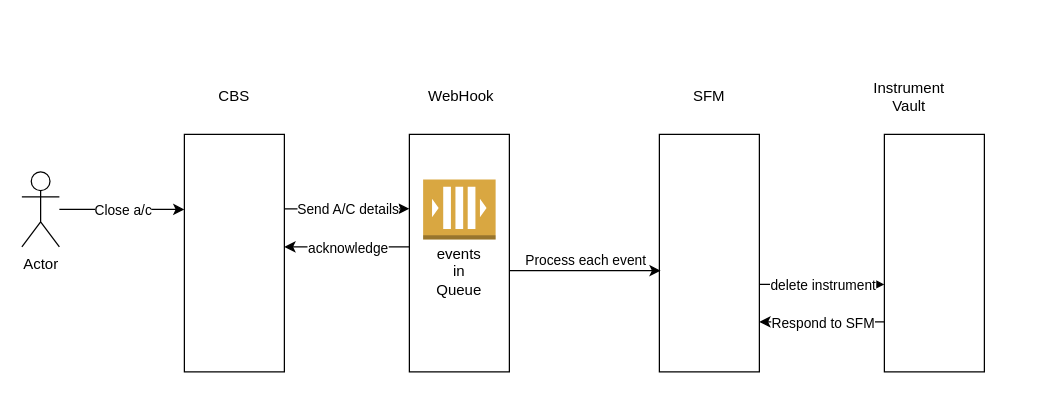
Above: src/main/resources/static/close account.drawio in damodaram/simpleNotes (draw.io), before the change. Source tidied: cells renumbered, new cells numbered last; positions are measured from the earlier drawing's top-left corner, leaving out a move shared by most shapes. Both pictures are drawn from the tidied source at 125%, with x=0, y=0 at pixel (21, 84).
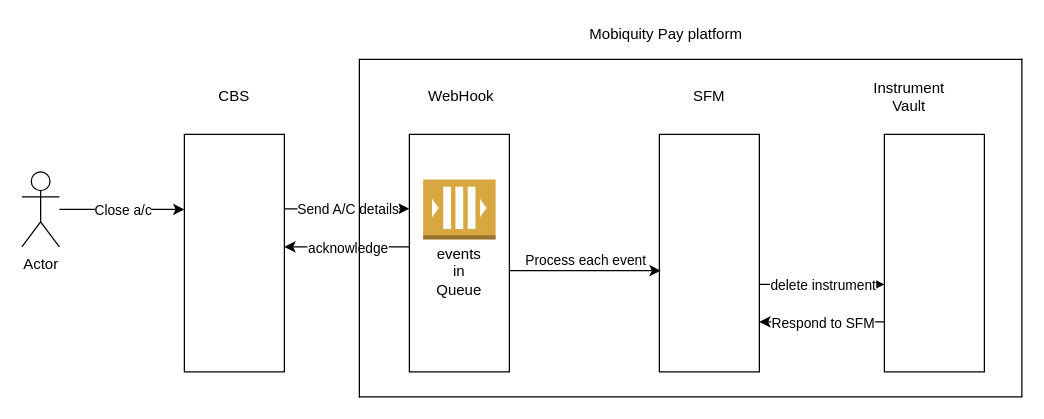
After the change.

Diff of the diagram source:
```diff
@@
+    <mxCell id="25" style="shape=partialRectangle;whiteSpace=wrap;html=1;top=0;left=0;fillColor=none;" parent="1" vertex="1">
+      <mxGeometry x="270" y="-20" width="530" height="270" as="geometry" />
+    </mxCell>
+    <mxCell id="26" style="shape=partialRectangle;whiteSpace=wrap;html=1;bottom=0;right=0;fillColor=none;" parent="1" vertex="1">
+      <mxGeometry x="270" y="-20" width="530" height="270" as="geometry" />
+    </mxCell>
+    <mxCell id="27" value="Mobiquity Pay platform" style="text;html=1;strokeColor=none;fillColor=none;align=center;verticalAlign=middle;whiteSpace=wrap;rounded=0;" parent="1" vertex="1">
+      <mxGeometry x="441" y="-50" width="149" height="20" as="geometry" />
+    </mxCell>
```
